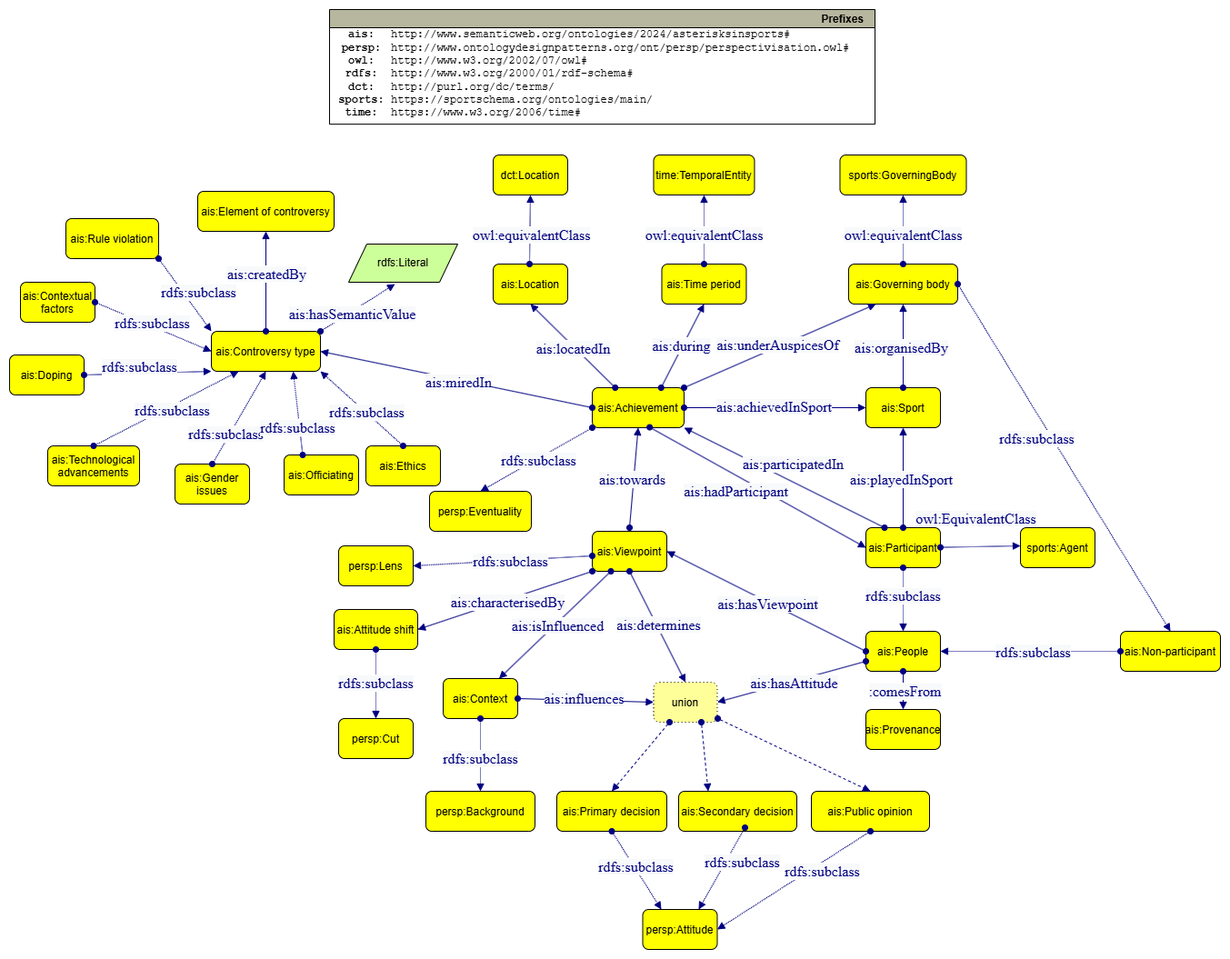
This is img/ontologydiagram2.drawio.png from krzywonos/asterisks-in-sports, a draw.io export, as it was before one commit. Source tidied: cells renumbered, new cells last; positions are measured from the earlier drawing's top-left corner, leaving out a move shared by most shapes.
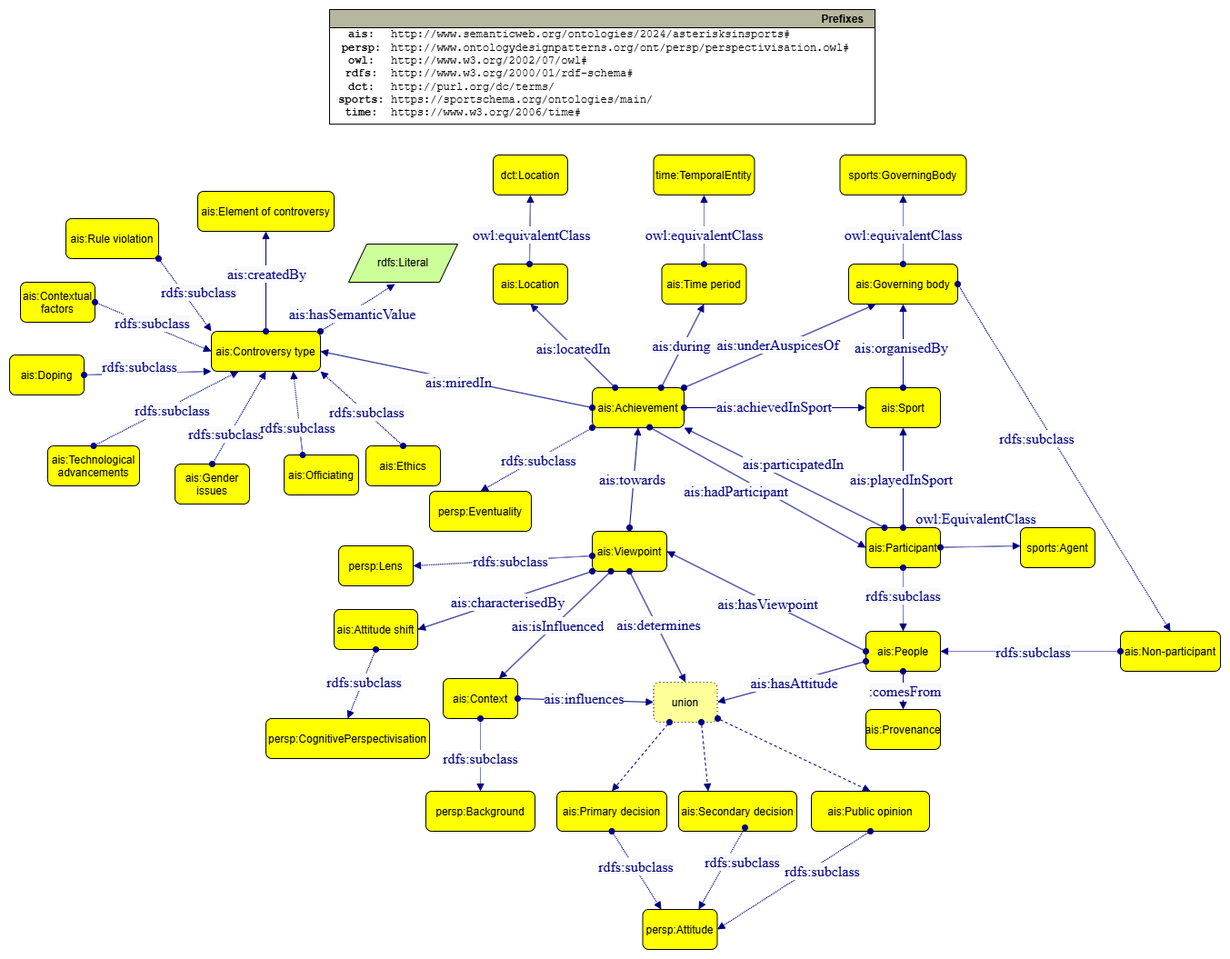
The same file after the commit.

The edit, as a diff of the source:
```diff
@@ -315,8 +315,8 @@
     <mxCell id="88" value="&lt;font color=&quot;#000080&quot; face=&quot;dialog&quot;&gt;&lt;span style=&quot;font-size: 16px; background-color: rgb(248, 249, 250);&quot;&gt;ais:characterisedBy&lt;/span&gt;&lt;/font&gt;" style="text;html=1;align=center;verticalAlign=middle;labelBackgroundColor=#ffffff;" parent="87" vertex="1">
       <mxGeometry x="-0.02" y="2" relative="1" as="geometry" />
     </mxCell>
-    <mxCell id="89" value="persp:Cut" style="graphMlID=n4;shape=rect;rounded=1;arcsize=30;fillColor=#ffff00;strokeColor=#000000;strokeWidth=1.0;" parent="1" vertex="1">
-      <mxGeometry x="362" y="780" width="82" height="44" as="geometry" />
+    <mxCell id="89" value="persp:CognitivePerspectivisation" style="graphMlID=n4;shape=rect;rounded=1;arcsize=30;fillColor=#ffff00;strokeColor=#000000;strokeWidth=1.0;" parent="1" vertex="1">
+      <mxGeometry x="282" y="780" width="180" height="44" as="geometry" />
     </mxCell>
     <mxCell id="90" style="graphMlID=e5;rounded=0;endArrow=block;strokeColor=#000080;dashed=1;dashPattern=1 1;strokeWidth=1.0;startArrow=oval;startFill=1;endFill=1;exitX=0.5;exitY=1;exitDx=0;exitDy=0;entryX=0.5;entryY=0;entryDx=0;entryDy=0;" parent="1" edge="1" source="86" target="89">
       <mxGeometry relative="1" as="geometry" />
```
